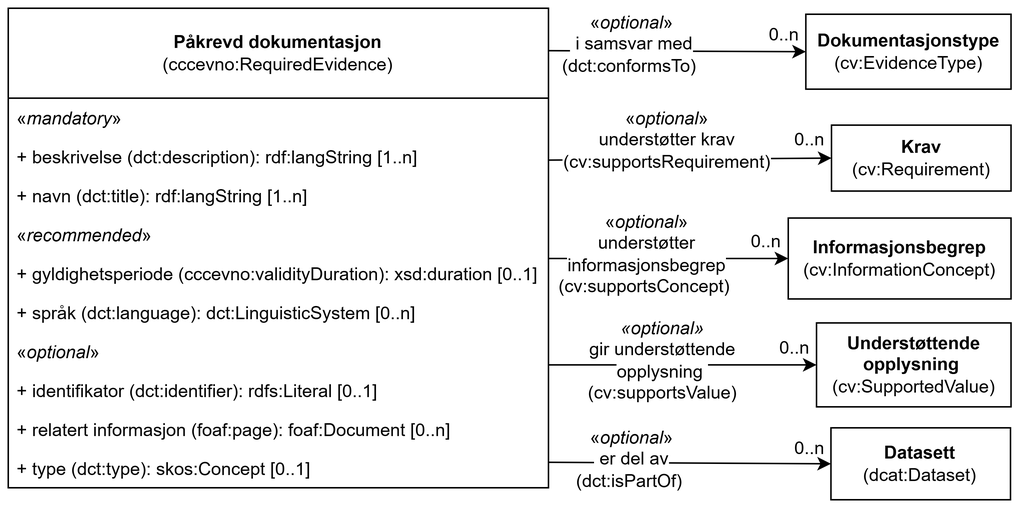
Informasjonsforvaltning/cccev-ap-no keeps this draw.io diagram as docs/images/KlassenPåkrevdDokumentasjon.png. Above is the earlier version. Source tidied: cells renumbered, new cells last; positions are measured from the earlier drawing's top-left corner, leaving out a move shared by most shapes.
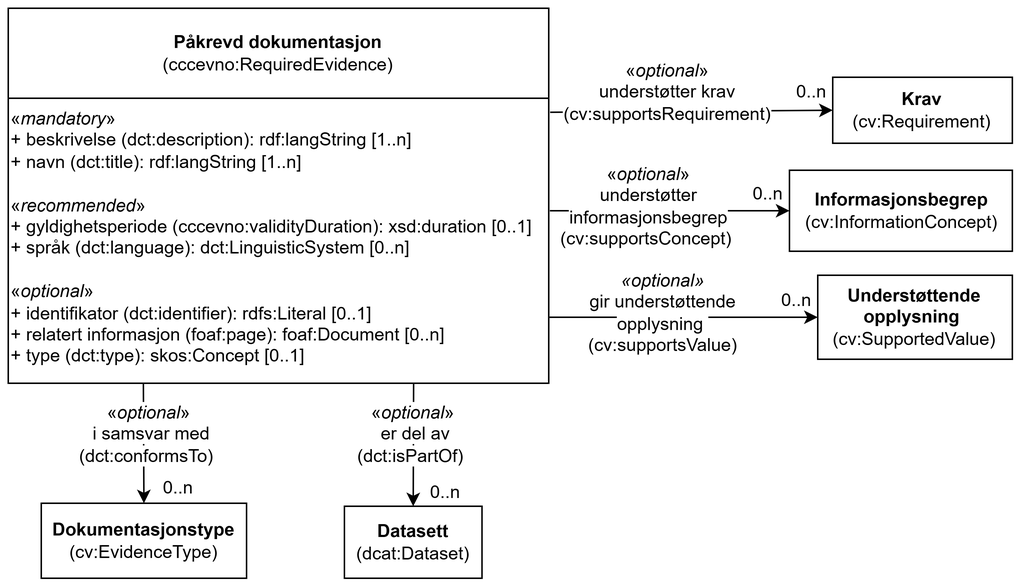
The same diagram one commit later.

The edit, as a diff of the source:
```diff
@@ -3,107 +3,76 @@
     <mxCell id="0" />
     <mxCell id="1" parent="0" />
     <mxCell id="2" value="&lt;b&gt;Krav&lt;/b&gt;&lt;br&gt;(cv:Requirement)" style="rounded=0;whiteSpace=wrap;html=1;fillColor=none;strokeColor=#000000;" parent="1" vertex="1">
-      <mxGeometry x="548.8" y="78" width="119.7" height="44" as="geometry" />
+      <mxGeometry x="549.4" y="46" width="119.7" height="44" as="geometry" />
     </mxCell>
     <mxCell id="3" style="endArrow=classic;html=1;rounded=1;exitX=1;exitY=-0.064;exitDx=0;exitDy=0;entryX=0;entryY=0.5;entryDx=0;entryDy=0;exitPerimeter=0;" parent="1" edge="1" target="2">
       <mxGeometry relative="1" as="geometry">
-        <mxPoint x="360.5" y="101.3" as="sourcePoint" />
+        <mxPoint x="361.1" y="69.3" as="sourcePoint" />
       </mxGeometry>
     </mxCell>
     <mxCell id="4" value="0..n" style="text;html=1;strokeColor=none;fillColor=none;align=center;verticalAlign=middle;whiteSpace=wrap;rounded=0;" parent="1" vertex="1">
-      <mxGeometry x="521.5" y="78" width="27.4" height="20" as="geometry" />
+      <mxGeometry x="522" y="46" width="27.4" height="20" as="geometry" />
     </mxCell>
     <mxCell id="5" value="&lt;span style=&quot;background-color: rgb(255, 255, 255);&quot;&gt;«&lt;i style=&quot;&quot;&gt;optional&lt;/i&gt;»&lt;br&gt;understøtter krav&lt;br&gt;(cv:supportsRequirement)&lt;/span&gt;" style="text;html=1;strokeColor=none;fillColor=none;align=center;verticalAlign=middle;whiteSpace=wrap;rounded=0;" parent="1" vertex="1">
-      <mxGeometry x="367.8" y="62" width="143.4" height="52" as="geometry" />
+      <mxGeometry x="368.3" y="30" width="143.4" height="52" as="geometry" />
     </mxCell>
     <mxCell id="6" value="&lt;b&gt;Datasett&lt;/b&gt;&lt;br&gt;(dcat:Dataset)" style="rounded=0;whiteSpace=wrap;html=1;fillColor=none;strokeColor=#000000;" parent="1" vertex="1">
-      <mxGeometry x="548.5" y="280" width="119.7" height="48" as="geometry" />
+      <mxGeometry x="224" y="332" width="91.7" height="48" as="geometry" />
     </mxCell>
-    <mxCell id="7" style="endArrow=classic;html=1;rounded=1;entryX=0;entryY=0.5;entryDx=0;entryDy=0;endFill=1;exitX=1;exitY=0.5;exitDx=0;exitDy=0;" parent="1" edge="1" target="6">
-      <mxGeometry relative="1" as="geometry">
-        <mxPoint x="360.2" y="303" as="sourcePoint" />
-      </mxGeometry>
+    <mxCell id="7" style="endArrow=classic;html=1;rounded=1;entryX=0.5;entryY=0;entryDx=0;entryDy=0;endFill=1;exitX=0.75;exitY=1;exitDx=0;exitDy=0;" parent="1" edge="1" source="12" target="6">
+      <mxGeometry relative="1" as="geometry" />
     </mxCell>
     <mxCell id="8" value="&lt;b&gt;Dokumentasjonstype&lt;/b&gt;&lt;br&gt;(cv:EvidenceType)" style="rounded=0;whiteSpace=wrap;html=1;fillColor=none;strokeColor=#000000;" parent="1" vertex="1">
-      <mxGeometry x="531.7" y="4" width="136.8" height="50" as="geometry" />
+      <mxGeometry x="22" y="330" width="136.8" height="50" as="geometry" />
     </mxCell>
     <mxCell id="9" value="0..n" style="text;html=1;strokeColor=none;fillColor=none;align=center;verticalAlign=middle;whiteSpace=wrap;rounded=0;" parent="1" vertex="1">
-      <mxGeometry x="504.4" y="8" width="27.4" height="20" as="geometry" />
+      <mxGeometry x="100" y="310" width="27.4" height="20" as="geometry" />
     </mxCell>
-    <mxCell id="10" style="endArrow=classic;html=1;rounded=1;exitX=0.999;exitY=0.076;exitDx=0;exitDy=0;exitPerimeter=0;entryX=0;entryY=0.5;entryDx=0;entryDy=0;" parent="1" edge="1" target="8">
-      <mxGeometry relative="1" as="geometry">
-        <mxPoint x="360.1" y="28.3" as="sourcePoint" />
-      </mxGeometry>
+    <mxCell id="10" style="endArrow=classic;html=1;rounded=1;exitX=0.25;exitY=1;exitDx=0;exitDy=0;entryX=0.5;entryY=0;entryDx=0;entryDy=0;" parent="1" edge="1" source="33" target="8">
+      <mxGeometry relative="1" as="geometry" />
     </mxCell>
     <mxCell id="11" value="&lt;span style=&quot;background-color: rgb(255, 255, 255);&quot;&gt;«&lt;i style=&quot;&quot;&gt;optional&lt;/i&gt;»&lt;br&gt;&lt;span style=&quot;text-align: left;&quot;&gt;&amp;nbsp;i samsvar med (dct:conformsTo)&amp;nbsp;&lt;/span&gt;&lt;/span&gt;" style="text;html=1;align=center;verticalAlign=middle;whiteSpace=wrap;rounded=0;labelBackgroundColor=none;" parent="1" vertex="1">
-      <mxGeometry x="366.4" width="100" height="48" as="geometry" />
+      <mxGeometry x="44.2" y="260" width="100" height="48" as="geometry" />
     </mxCell>
     <mxCell id="12" value="&lt;b style=&quot;border-color: var(--border-color);&quot;&gt;Påkrevd dokumentasjon&lt;/b&gt;&lt;br style=&quot;border-color: var(--border-color);&quot;&gt;(cccevno:RequiredEvidence)" style="swimlane;fontStyle=0;horizontal=1;startSize=60;fillColor=none;whiteSpace=wrap;html=1;" parent="1" vertex="1">
-      <mxGeometry width="360.1" height="320" as="geometry" />
+      <mxGeometry width="360.1" height="250" as="geometry" />
     </mxCell>
-    <mxCell id="13" value="«&lt;i&gt;mandatory&lt;/i&gt;»" style="text;strokeColor=none;fillColor=none;align=left;verticalAlign=top;spacingLeft=4;spacingRight=4;overflow=hidden;whiteSpace=wrap;html=1;" parent="12" vertex="1">
-      <mxGeometry y="60" width="360.1" height="26" as="geometry" />
-    </mxCell>
-    <mxCell id="14" value="+&amp;nbsp;beskrivelse (dct:description): rdf:langString [1..n]" style="text;strokeColor=none;fillColor=none;align=left;verticalAlign=top;spacingLeft=4;spacingRight=4;overflow=hidden;whiteSpace=wrap;html=1;" parent="12" vertex="1">
-      <mxGeometry y="86" width="360.1" height="26" as="geometry" />
-    </mxCell>
-    <mxCell id="15" value="+&amp;nbsp;navn (dct:title): rdf:langString [1..n]" style="text;strokeColor=none;fillColor=none;align=left;verticalAlign=top;spacingLeft=4;spacingRight=4;overflow=hidden;whiteSpace=wrap;html=1;" parent="12" vertex="1">
-      <mxGeometry y="112" width="360.1" height="26" as="geometry" />
-    </mxCell>
-    <mxCell id="16" value="«&lt;i style=&quot;&quot;&gt;recommended&lt;/i&gt;»" style="text;strokeColor=none;fillColor=none;align=left;verticalAlign=top;spacingLeft=4;spacingRight=4;overflow=hidden;whiteSpace=wrap;html=1;" parent="12" vertex="1">
-      <mxGeometry y="138" width="360.1" height="26" as="geometry" />
-    </mxCell>
-    <mxCell id="17" value="+ gyldighetsperiode (cccevno:validityDuration): xsd:duration [0..1]" style="text;strokeColor=none;fillColor=none;align=left;verticalAlign=top;spacingLeft=4;spacingRight=4;overflow=hidden;whiteSpace=wrap;html=1;" parent="12" vertex="1">
-      <mxGeometry y="164" width="360.1" height="26" as="geometry" />
-    </mxCell>
-    <mxCell id="18" value="+ språk (dct:language): dct:LinguisticSystem [0..n]" style="text;strokeColor=none;fillColor=none;align=left;verticalAlign=top;spacingLeft=4;spacingRight=4;overflow=hidden;whiteSpace=wrap;html=1;" parent="12" vertex="1">
-      <mxGeometry y="190" width="360.1" height="26" as="geometry" />
-    </mxCell>
-    <mxCell id="19" value="«&lt;i&gt;optional&lt;/i&gt;»" style="text;strokeColor=none;fillColor=none;align=left;verticalAlign=top;spacingLeft=4;spacingRight=4;overflow=hidden;whiteSpace=wrap;html=1;" parent="12" vertex="1">
-      <mxGeometry y="216" width="360.1" height="26" as="geometry" />
-    </mxCell>
-    <mxCell id="20" value="+&amp;nbsp;identifikator (dct:identifier): rdfs:Literal [0..1]" style="text;strokeColor=none;fillColor=none;align=left;verticalAlign=top;spacingLeft=4;spacingRight=4;overflow=hidden;whiteSpace=wrap;html=1;" parent="12" vertex="1">
-      <mxGeometry y="242" width="360.1" height="26" as="geometry" />
-    </mxCell>
-    <mxCell id="21" value="+&amp;nbsp;relatert informasjon (foaf:page): foaf:Document [0..n]" style="text;strokeColor=none;fillColor=none;align=left;verticalAlign=top;spacingLeft=4;spacingRight=4;overflow=hidden;whiteSpace=wrap;html=1;" parent="12" vertex="1">
-      <mxGeometry y="268" width="360.1" height="26" as="geometry" />
-    </mxCell>
-    <mxCell id="22" value="+&amp;nbsp;type (dct:type): skos:Concept [0..1]" style="text;strokeColor=none;fillColor=none;align=left;verticalAlign=top;spacingLeft=4;spacingRight=4;overflow=hidden;whiteSpace=wrap;html=1;" parent="12" vertex="1">
-      <mxGeometry y="294" width="360.1" height="26" as="geometry" />
-    </mxCell>
+    <mxCell id="33" value="«&lt;i&gt;mandatory&lt;/i&gt;»&lt;div&gt;+ beskrivelse (dct:description): rdf:langString [1..n]&lt;/div&gt;&lt;div&gt;+ navn (dct:title): rdf:langString [1..n]&lt;/div&gt;&lt;div&gt;&lt;br&gt;&lt;/div&gt;&lt;div&gt;«&lt;i&gt;recommended&lt;/i&gt;»&lt;/div&gt;&lt;div&gt;+ gyldighetsperiode (cccevno:validityDuration): xsd:duration [0..1]&lt;/div&gt;&lt;div&gt;+ språk (dct:language): dct:LinguisticSystem [0..n]&lt;/div&gt;&lt;div&gt;&lt;br&gt;&lt;/div&gt;&lt;div&gt;«&lt;i&gt;optional&lt;/i&gt;»&lt;/div&gt;&lt;div&gt;+ identifikator (dct:identifier): rdfs:Literal [0..1]&lt;/div&gt;&lt;div&gt;+ relatert informasjon (foaf:page): foaf:Document [0..n]&lt;/div&gt;&lt;div&gt;+ type (dct:type): skos:Concept [0..1]&lt;/div&gt;" style="text;html=1;whiteSpace=wrap;strokeColor=none;fillColor=none;align=left;verticalAlign=top;rounded=0;" parent="12" vertex="1">
+      <mxGeometry y="60" width="360.1" height="190" as="geometry" />
+    </mxCell>
     <mxCell id="23" value="&lt;span style=&quot;background-color: rgb(255, 255, 255);&quot;&gt;«&lt;i style=&quot;&quot;&gt;optional&lt;/i&gt;»&lt;br&gt;&lt;span style=&quot;text-align: left;&quot;&gt;&amp;nbsp;er del av (dct:isPartOf)&amp;nbsp;&lt;/span&gt;&lt;/span&gt;" style="text;html=1;strokeColor=none;fillColor=none;align=center;verticalAlign=middle;whiteSpace=wrap;rounded=0;" parent="1" vertex="1">
-      <mxGeometry x="380.9" y="286" width="70.2" height="30" as="geometry" />
+      <mxGeometry x="234.8" y="269" width="70.2" height="30" as="geometry" />
     </mxCell>
     <mxCell id="24" value="0..n" style="text;html=1;strokeColor=none;fillColor=none;align=center;verticalAlign=middle;whiteSpace=wrap;rounded=0;" parent="1" vertex="1">
-      <mxGeometry x="521.3" y="284" width="27.4" height="20" as="geometry" />
+      <mxGeometry x="277.5" y="313" width="27.4" height="20" as="geometry" />
     </mxCell>
     <mxCell id="25" value="&lt;b&gt;Informasjonsbegrep&lt;br&gt;&lt;/b&gt;(cv:InformationConcept)" style="rounded=0;whiteSpace=wrap;html=1;fillColor=none;strokeColor=#000000;" parent="1" vertex="1">
-      <mxGeometry x="520" y="140" width="148.5" height="54" as="geometry" />
+      <mxGeometry x="520.5" y="108" width="148.5" height="54" as="geometry" />
     </mxCell>
     <mxCell id="26" value="0..n" style="text;html=1;strokeColor=none;fillColor=none;align=center;verticalAlign=middle;whiteSpace=wrap;rounded=0;" parent="1" vertex="1">
-      <mxGeometry x="492.4" y="146" width="27.4" height="20" as="geometry" />
+      <mxGeometry x="492.9" y="114" width="27.4" height="20" as="geometry" />
     </mxCell>
     <mxCell id="27" style="endArrow=classic;html=1;rounded=1;entryX=0;entryY=0.5;entryDx=0;entryDy=0;" parent="1" edge="1" target="25">
       <mxGeometry relative="1" as="geometry">
-        <mxPoint x="360.4" y="167" as="sourcePoint" />
+        <mxPoint x="360.9" y="135" as="sourcePoint" />
       </mxGeometry>
     </mxCell>
     <mxCell id="28" value="&lt;span style=&quot;background-color: rgb(255, 255, 255);&quot;&gt;«&lt;i style=&quot;&quot;&gt;optional&lt;/i&gt;»&lt;br&gt;&lt;span style=&quot;text-align: left;&quot;&gt;understøtter informasjonsbegrep (cv:supportsConcept)&amp;nbsp;&lt;/span&gt;&lt;/span&gt;" style="text;html=1;align=center;verticalAlign=middle;whiteSpace=wrap;rounded=0;labelBackgroundColor=none;" parent="1" vertex="1">
-      <mxGeometry x="366.4" y="140" width="120" height="48" as="geometry" />
+      <mxGeometry x="366.9" y="108" width="120" height="48" as="geometry" />
     </mxCell>
     <mxCell id="29" value="&lt;div&gt;&lt;b&gt;Understøttende opplysning&amp;nbsp;&lt;/b&gt;&lt;/div&gt;&lt;div&gt;(cv:SupportedValue)&lt;/div&gt;" style="rounded=0;whiteSpace=wrap;html=1;verticalAlign=middle;fontFamily=Helvetica;fontSize=12;fillColor=none;" parent="1" vertex="1">
-      <mxGeometry x="538.9" y="210" width="129.7" height="56" as="geometry" />
+      <mxGeometry x="539.4" y="178" width="129.7" height="56" as="geometry" />
     </mxCell>
     <mxCell id="30" style="endArrow=classic;html=1;rounded=0;entryX=0;entryY=0.5;entryDx=0;entryDy=0;exitX=1;exitY=0.5;exitDx=0;exitDy=0;" parent="1" edge="1" target="29">
       <mxGeometry relative="1" as="geometry">
-        <mxPoint x="360.1" y="238" as="sourcePoint" />
+        <mxPoint x="360.7" y="206" as="sourcePoint" />
       </mxGeometry>
     </mxCell>
     <mxCell id="31" value="&lt;div&gt;&lt;span style=&quot;background-color: light-dark(#ffffff, var(--ge-dark-color, #121212));&quot;&gt;&lt;i&gt;&amp;nbsp;&lt;/i&gt;&lt;/span&gt;&lt;span style=&quot;background-color: light-dark(#ffffff, var(--ge-dark-color, #121212));&quot;&gt;&lt;i&gt;«optional»&lt;/i&gt;&amp;nbsp;&lt;/span&gt;&lt;/div&gt;&lt;div&gt;&lt;span style=&quot;background-color: light-dark(#ffffff, var(--ge-dark-color, #121212));&quot;&gt;gir understøttende&lt;/span&gt;&lt;/div&gt;&lt;div&gt;&lt;span style=&quot;background-color: light-dark(#ffffff, var(--ge-dark-color, #121212));&quot;&gt;opplysning&amp;nbsp;&lt;/span&gt;&lt;/div&gt;&lt;div&gt;&lt;span style=&quot;background-color: light-dark(#ffffff, var(--ge-dark-color, #121212));&quot;&gt;(cv:supportsValue)&lt;/span&gt;&lt;/div&gt;" style="text;html=1;whiteSpace=wrap;strokeColor=none;fillColor=none;align=center;verticalAlign=middle;rounded=0;" parent="1" vertex="1">
-      <mxGeometry x="375.5" y="220" width="120.8" height="30" as="geometry" />
+      <mxGeometry x="376.1" y="188" width="120.8" height="30" as="geometry" />
     </mxCell>
     <mxCell id="32" value="0..n" style="text;html=1;strokeColor=none;fillColor=none;align=center;verticalAlign=middle;whiteSpace=wrap;rounded=0;" parent="1" vertex="1">
-      <mxGeometry x="511.1" y="217" width="27.4" height="20" as="geometry" />
+      <mxGeometry x="511.7" y="185" width="27.4" height="20" as="geometry" />
     </mxCell>
   </root>
 </mxGraphModel>
```
